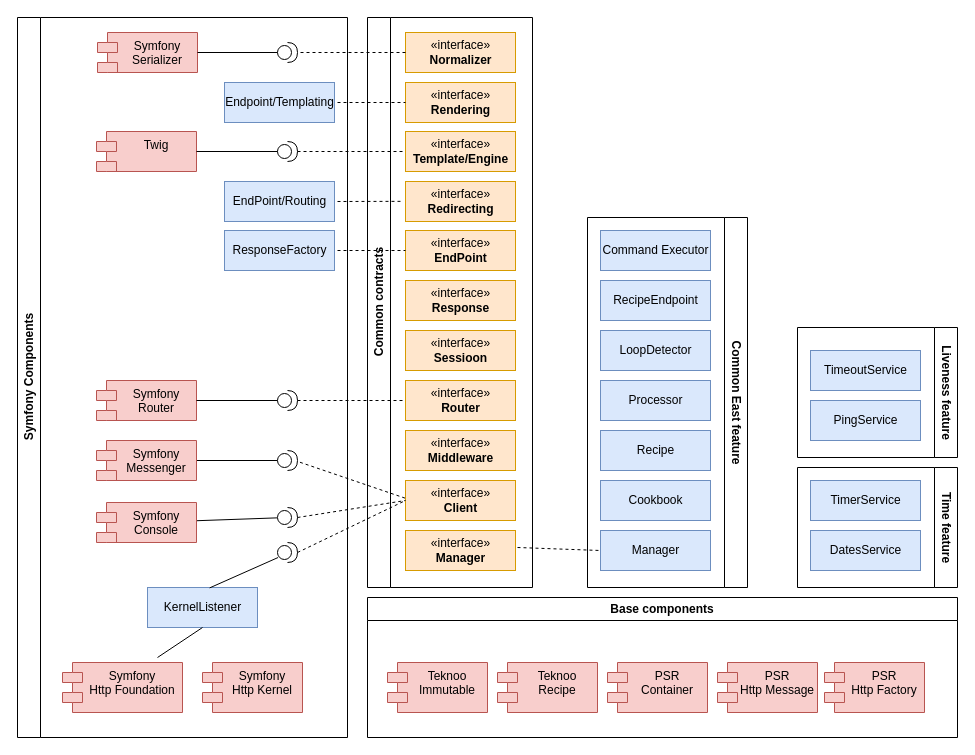
TeknooSoftware/east-foundation keeps this draw.io diagram as documentation/architecture.drawio. Above is the earlier version. Source tidied: cells renumbered, new cells numbered last; positions are measured from the earlier drawing's top-left corner, leaving out a move shared by most shapes. Both pictures are drawn from the tidied source at 100%, with x=0, y=0 at pixel (17, 17).
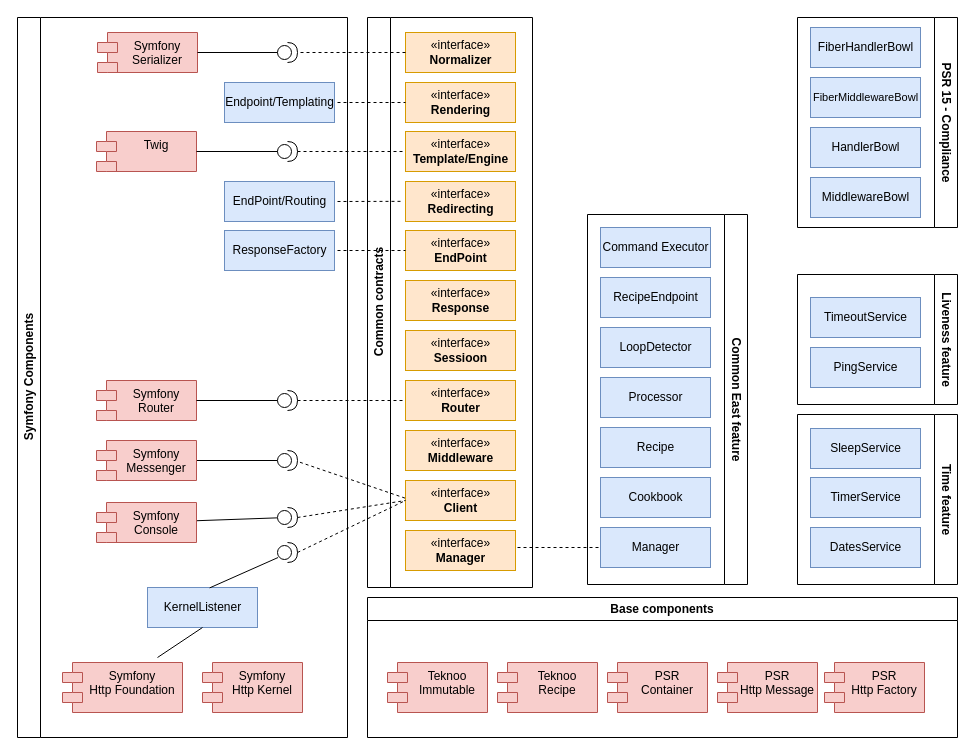
After the change.

The edit, as a diff of the source:
```diff
@@
     <mxCell id="42" value="Common East feature" style="swimlane;horizontal=0;whiteSpace=wrap;html=1;rotation=-180;" parent="1" vertex="1">
-      <mxGeometry x="570" y="200" width="160" height="370" as="geometry" />
+      <mxGeometry x="570" y="197" width="160" height="370" as="geometry" />
     </mxCell>
@@
     <mxCell id="50" value="Time feature" style="swimlane;horizontal=0;whiteSpace=wrap;html=1;rotation=-180;" parent="1" vertex="1">
-      <mxGeometry x="780" y="450" width="160" height="120" as="geometry" />
+      <mxGeometry x="780" y="397" width="160" height="170" as="geometry" />
     </mxCell>
     <mxCell id="51" value="DatesService" style="html=1;fillColor=#dae8fc;strokeColor=#6c8ebf;" parent="50" vertex="1">
-      <mxGeometry x="13" y="63" width="110" height="40" as="geometry" />
+      <mxGeometry x="13" y="113" width="110" height="40" as="geometry" />
     </mxCell>
     <mxCell id="52" value="TimerService" style="html=1;fillColor=#dae8fc;strokeColor=#6c8ebf;" parent="50" vertex="1">
-      <mxGeometry x="13" y="13" width="110" height="40" as="geometry" />
+      <mxGeometry x="13" y="63" width="110" height="40" as="geometry" />
     </mxCell>
+    <mxCell id="69" value="SleepService" style="html=1;fillColor=#dae8fc;strokeColor=#6c8ebf;" parent="50" vertex="1">
+      <mxGeometry x="13" y="14" width="110" height="40" as="geometry" />
+    </mxCell>
     <mxCell id="53" value="Liveness feature" style="swimlane;horizontal=0;whiteSpace=wrap;html=1;rotation=-180;" parent="1" vertex="1">
-      <mxGeometry x="780" y="310" width="160" height="130" as="geometry" />
+      <mxGeometry x="780" y="257" width="160" height="130" as="geometry" />
     </mxCell>
@@
+    <mxCell id="70" value="PSR 15 - Compliance" style="swimlane;horizontal=0;whiteSpace=wrap;html=1;rotation=-180;" parent="1" vertex="1">
+      <mxGeometry x="780" width="160" height="210" as="geometry" />
+    </mxCell>
+    <mxCell id="71" value="MiddlewareBowl" style="html=1;fillColor=#dae8fc;strokeColor=#6c8ebf;" parent="70" vertex="1">
+      <mxGeometry x="13" y="160" width="110" height="40" as="geometry" />
+    </mxCell>
+    <mxCell id="72" value="HandlerBowl" style="html=1;fillColor=#dae8fc;strokeColor=#6c8ebf;" parent="70" vertex="1">
+      <mxGeometry x="13" y="110" width="110" height="40" as="geometry" />
+    </mxCell>
+    <mxCell id="73" value="&lt;font style=&quot;font-size: 11px;&quot;&gt;FiberMiddlewareBowl&lt;/font&gt;" style="html=1;fillColor=#dae8fc;strokeColor=#6c8ebf;" parent="70" vertex="1">
+      <mxGeometry x="13" y="60" width="110" height="40" as="geometry" />
+    </mxCell>
+    <mxCell id="74" value="FiberHandlerBowl" style="html=1;fillColor=#dae8fc;strokeColor=#6c8ebf;" parent="70" vertex="1">
+      <mxGeometry x="13" y="10" width="110" height="40" as="geometry" />
+    </mxCell>
```
